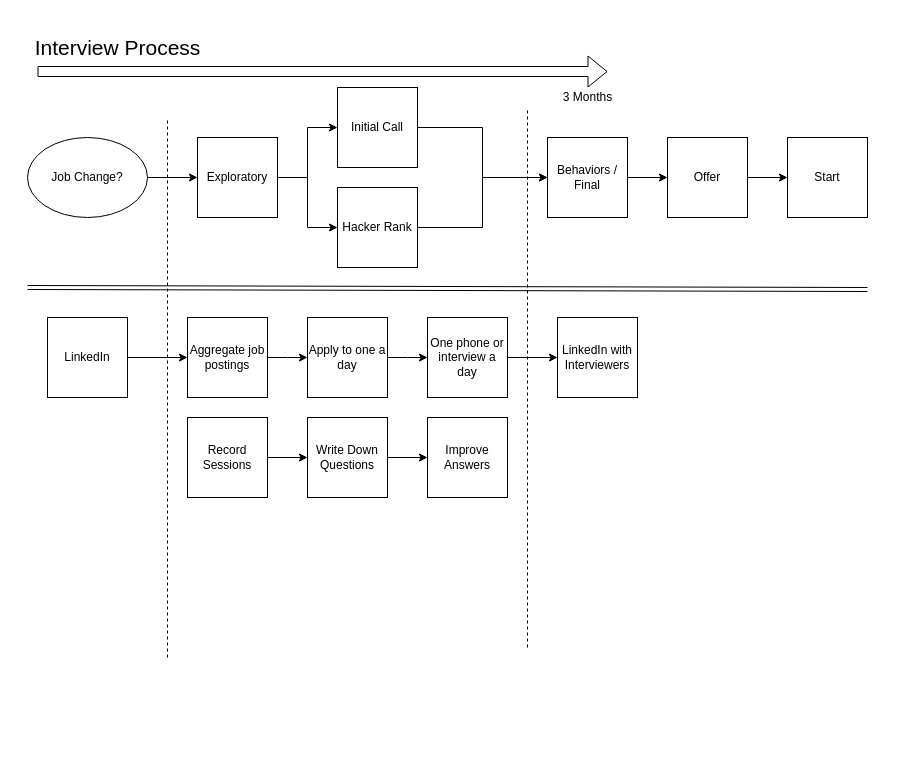
Before: interviews/diagrams/interviewing-process.drawio in solidi/learning-notes, a draw.io diagram. Source tidied: cells renumbered, new cells numbered last; positions are measured from the earlier drawing's top-left corner, leaving out a move shared by most shapes. Both pictures are drawn from the tidied source at 100%, with x=0, y=0 at pixel (27, 37).
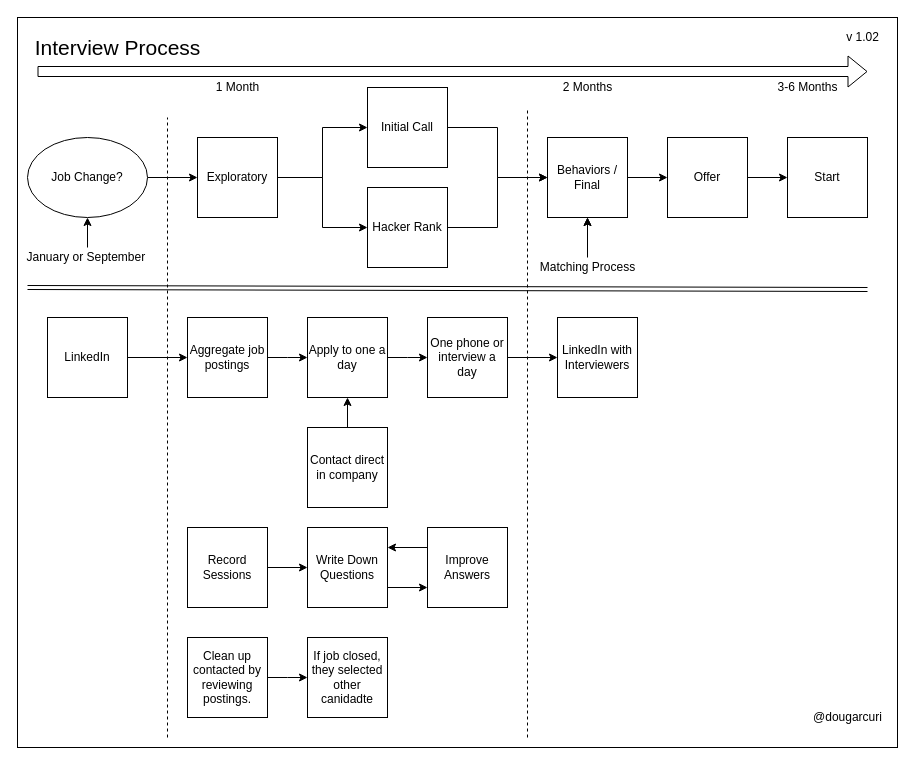
Above is the later version.

Commit message (it also covers changes not shown here):
Update the interview process digram and version

Unchanged cells that the change refers to:
```xml
<mxCell id="10" value="Behaviors / Final" style="whiteSpace=wrap;html=1;" parent="1" vertex="1">
  <mxGeometry x="520" y="100" width="80" height="80" as="geometry" />
</mxCell>
<mxCell id="22" value="Apply to one a day" style="whiteSpace=wrap;html=1;" parent="1" vertex="1">
  <mxGeometry x="280" y="280" width="80" height="80" as="geometry" />
</mxCell>
```

Change to the diagram source:
```diff
@@
+    <mxCell id="36" style="rounded=0;whiteSpace=wrap;html=1;fillColor=none;" parent="1" vertex="1">
+      <mxGeometry x="-10" y="-20" width="880" height="730" as="geometry" />
+    </mxCell>
@@
     <mxCell id="8" value="Initial Call" style="whiteSpace=wrap;html=1;" parent="1" vertex="1">
-      <mxGeometry x="310" y="50" width="80" height="80" as="geometry" />
+      <mxGeometry x="340" y="50" width="80" height="80" as="geometry" />
     </mxCell>
@@
     <mxCell id="16" value="Record Sessions" style="whiteSpace=wrap;html=1;" parent="1" vertex="1">
-      <mxGeometry x="160" y="380" width="80" height="80" as="geometry" />
+      <mxGeometry x="160" y="490" width="80" height="80" as="geometry" />
     </mxCell>
+    <mxCell id="37" style="edgeStyle=orthogonalEdgeStyle;rounded=0;jettySize=auto;html=1;exitX=0;exitY=0.25;exitDx=0;exitDy=0;entryX=1;entryY=0.25;entryDx=0;entryDy=0;" parent="1" edge="1" source="17" target="32">
+      <mxGeometry relative="1" as="geometry" />
+    </mxCell>
     <mxCell id="17" value="Improve Answers" style="whiteSpace=wrap;html=1;" parent="1" vertex="1">
-      <mxGeometry x="400" y="380" width="80" height="80" as="geometry" />
+      <mxGeometry x="400" y="490" width="80" height="80" as="geometry" />
     </mxCell>
@@
     <mxCell id="26" value="Hacker Rank" style="whiteSpace=wrap;html=1;" parent="1" vertex="1">
-      <mxGeometry x="310" y="150" width="80" height="80" as="geometry" />
+      <mxGeometry x="340" y="150" width="80" height="80" as="geometry" />
     </mxCell>
     <mxCell id="27" style="endArrow=none;dashed=1;html=1;" parent="1" edge="1">
       <mxGeometry relative="1" as="geometry">
-        <mxPoint x="140" y="620" as="sourcePoint" />
+        <mxPoint x="140" y="700" as="sourcePoint" />
         <mxPoint x="140" y="80" as="targetPoint" />
       </mxGeometry>
     </mxCell>
     <mxCell id="28" style="shape=flexArrow;endArrow=classic;html=1;" parent="1" edge="1">
       <mxGeometry relative="1" as="geometry">
         <mxPoint x="10" y="34" as="sourcePoint" />
-        <mxPoint x="580" y="34" as="targetPoint" />
+        <mxPoint x="840" y="34" as="targetPoint" />
       </mxGeometry>
     </mxCell>
-    <mxCell id="29" value="3 Months" style="text;html=1;align=center;verticalAlign=middle;" parent="1" vertex="1">
-      <mxGeometry x="530" y="50" width="60" height="20" as="geometry" />
+    <mxCell id="29" value="3-6 Months" style="text;html=1;align=center;verticalAlign=middle;" parent="1" vertex="1">
+      <mxGeometry x="740" y="40" width="80" height="20" as="geometry" />
     </mxCell>
     <mxCell id="30" style="endArrow=none;dashed=1;html=1;" parent="1" edge="1">
       <mxGeometry relative="1" as="geometry">
-        <mxPoint x="500" y="610" as="sourcePoint" />
+        <mxPoint x="500" y="700" as="sourcePoint" />
         <mxPoint x="500" y="70" as="targetPoint" />
       </mxGeometry>
     </mxCell>
-    <mxCell id="31" style="edgeStyle=orthogonalEdgeStyle;rounded=0;jettySize=auto;html=1;exitX=1;exitY=0.5;exitDx=0;exitDy=0;entryX=0;entryY=0.5;entryDx=0;entryDy=0;" parent="1" edge="1" source="32" target="17">
+    <mxCell id="31" style="edgeStyle=orthogonalEdgeStyle;rounded=0;jettySize=auto;html=1;exitX=1;exitY=0.75;exitDx=0;exitDy=0;entryX=0;entryY=0.75;entryDx=0;entryDy=0;" parent="1" edge="1" source="32" target="17">
       <mxGeometry relative="1" as="geometry" />
     </mxCell>
     <mxCell id="32" value="Write Down Questions" style="whiteSpace=wrap;html=1;" parent="1" vertex="1">
-      <mxGeometry x="280" y="380" width="80" height="80" as="geometry" />
+      <mxGeometry x="280" y="490" width="80" height="80" as="geometry" />
     </mxCell>
@@
+    <mxCell id="38" style="edgeStyle=orthogonalEdgeStyle;rounded=0;jettySize=auto;html=1;exitX=1;exitY=0.5;exitDx=0;exitDy=0;" parent="1" edge="1" source="39">
+      <mxGeometry relative="1" as="geometry">
+        <mxPoint x="280" y="640" as="targetPoint" />
+      </mxGeometry>
+    </mxCell>
+    <mxCell id="39" value="Clean up contacted by reviewing postings." style="whiteSpace=wrap;html=1;" parent="1" vertex="1">
+      <mxGeometry x="160" y="600" width="80" height="80" as="geometry" />
+    </mxCell>
+    <mxCell id="40" value="If job closed, they selected other canidadte" style="whiteSpace=wrap;html=1;" parent="1" vertex="1">
+      <mxGeometry x="280" y="600" width="80" height="80" as="geometry" />
+    </mxCell>
+    <mxCell id="41" style="edgeStyle=orthogonalEdgeStyle;rounded=0;jettySize=auto;html=1;exitX=0.5;exitY=0;exitDx=0;exitDy=0;entryX=0.5;entryY=1;entryDx=0;entryDy=0;" parent="1" edge="1" source="42" target="22">
+      <mxGeometry relative="1" as="geometry" />
+    </mxCell>
+    <mxCell id="42" value="Contact direct in company" style="whiteSpace=wrap;html=1;" parent="1" vertex="1">
+      <mxGeometry x="280" y="390" width="80" height="80" as="geometry" />
+    </mxCell>
+    <mxCell id="43" style="endArrow=classic;html=1;entryX=0.5;entryY=1;entryDx=0;entryDy=0;" parent="1" edge="1" target="10">
+      <mxGeometry relative="1" as="geometry">
+        <mxPoint x="560" y="210" as="sourcePoint" />
+      </mxGeometry>
+    </mxCell>
+    <mxCell id="44" style="edgeStyle=orthogonalEdgeStyle;rounded=0;jettySize=auto;html=1;" parent="1" edge="1" source="45" target="10">
+      <mxGeometry relative="1" as="geometry" />
+    </mxCell>
+    <mxCell id="45" value="Matching Process" style="text;html=1;align=center;verticalAlign=middle;points=[];" parent="1" vertex="1">
+      <mxGeometry x="505" y="220" width="110" height="20" as="geometry" />
+    </mxCell>
+    <mxCell id="46" style="endArrow=classic;html=1;" parent="1" edge="1">
+      <mxGeometry relative="1" as="geometry">
+        <mxPoint x="60" y="210" as="sourcePoint" />
+        <mxPoint x="60" y="180" as="targetPoint" />
+      </mxGeometry>
+    </mxCell>
+    <mxCell id="47" value="January or September&amp;nbsp;" style="text;html=1;align=center;verticalAlign=middle;" parent="1" vertex="1">
+      <mxGeometry x="-10" y="210" width="140" height="20" as="geometry" />
+    </mxCell>
+    <mxCell id="48" value="1 Month" style="text;html=1;align=center;verticalAlign=middle;" parent="1" vertex="1">
+      <mxGeometry x="180" y="40" width="60" height="20" as="geometry" />
+    </mxCell>
+    <mxCell id="49" value="2 Months" style="text;html=1;align=center;verticalAlign=middle;" parent="1" vertex="1">
+      <mxGeometry x="530" y="40" width="60" height="20" as="geometry" />
+    </mxCell>
+    <mxCell id="50" value="@dougarcuri" style="text;html=1;align=center;verticalAlign=middle;" parent="1" vertex="1">
+      <mxGeometry x="780" y="670" width="80" height="20" as="geometry" />
+    </mxCell>
+    <mxCell id="51" value="v 1.02" style="text;html=1;align=center;verticalAlign=middle;" parent="1" vertex="1">
+      <mxGeometry x="810" y="-10" width="50" height="20" as="geometry" />
+    </mxCell>
```
